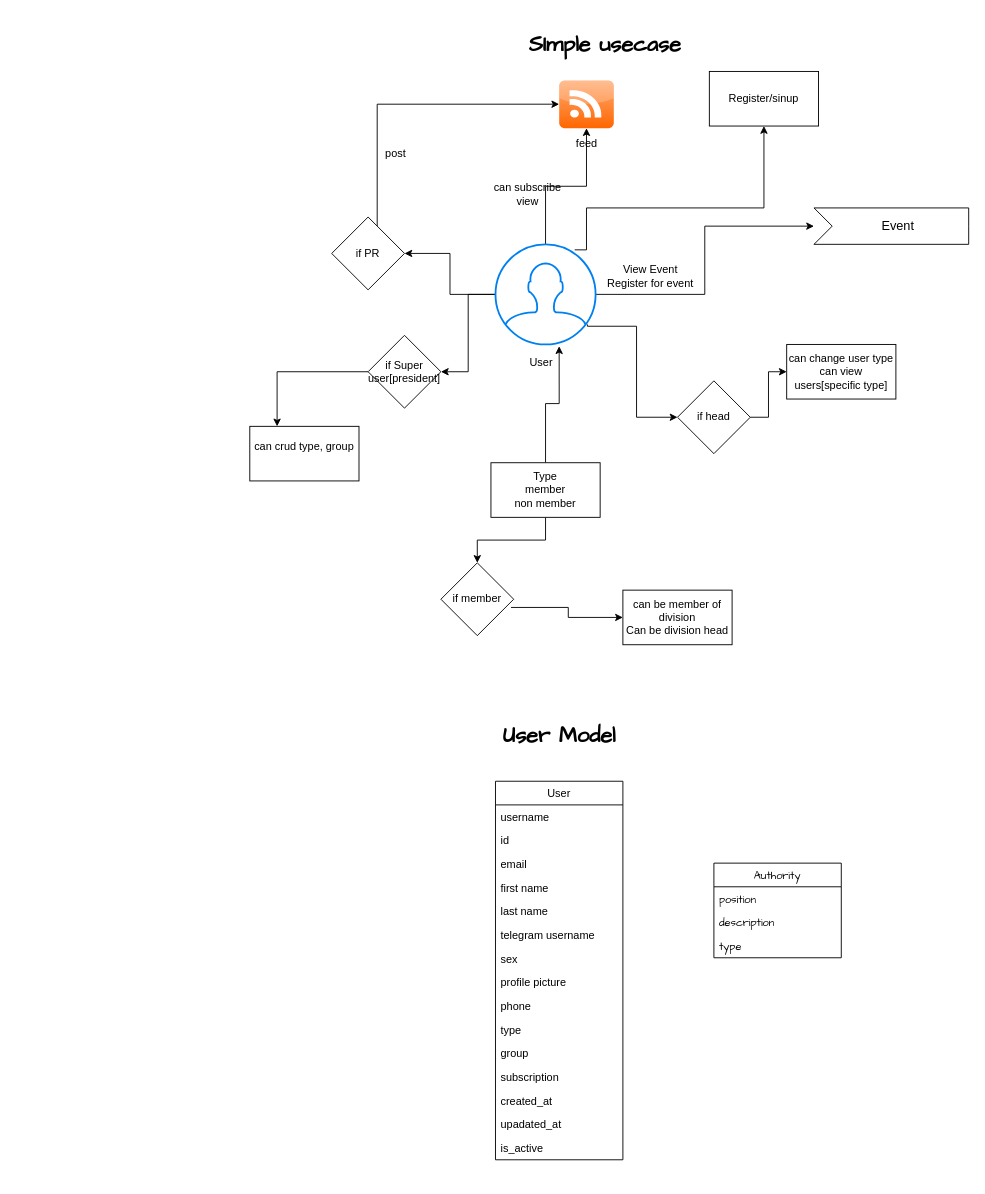
The draw.io diagram csec-hub-simple-design.drawio in CSEC-ASTU/dev_hackathon_bro_code, before the edit. Source tidied: cells renumbered, new cells numbered last; positions are measured from the earlier drawing's top-left corner, leaving out a move shared by most shapes. Both pictures are drawn from the tidied source at 91%, with x=0, y=0 at pixel (249, 21).
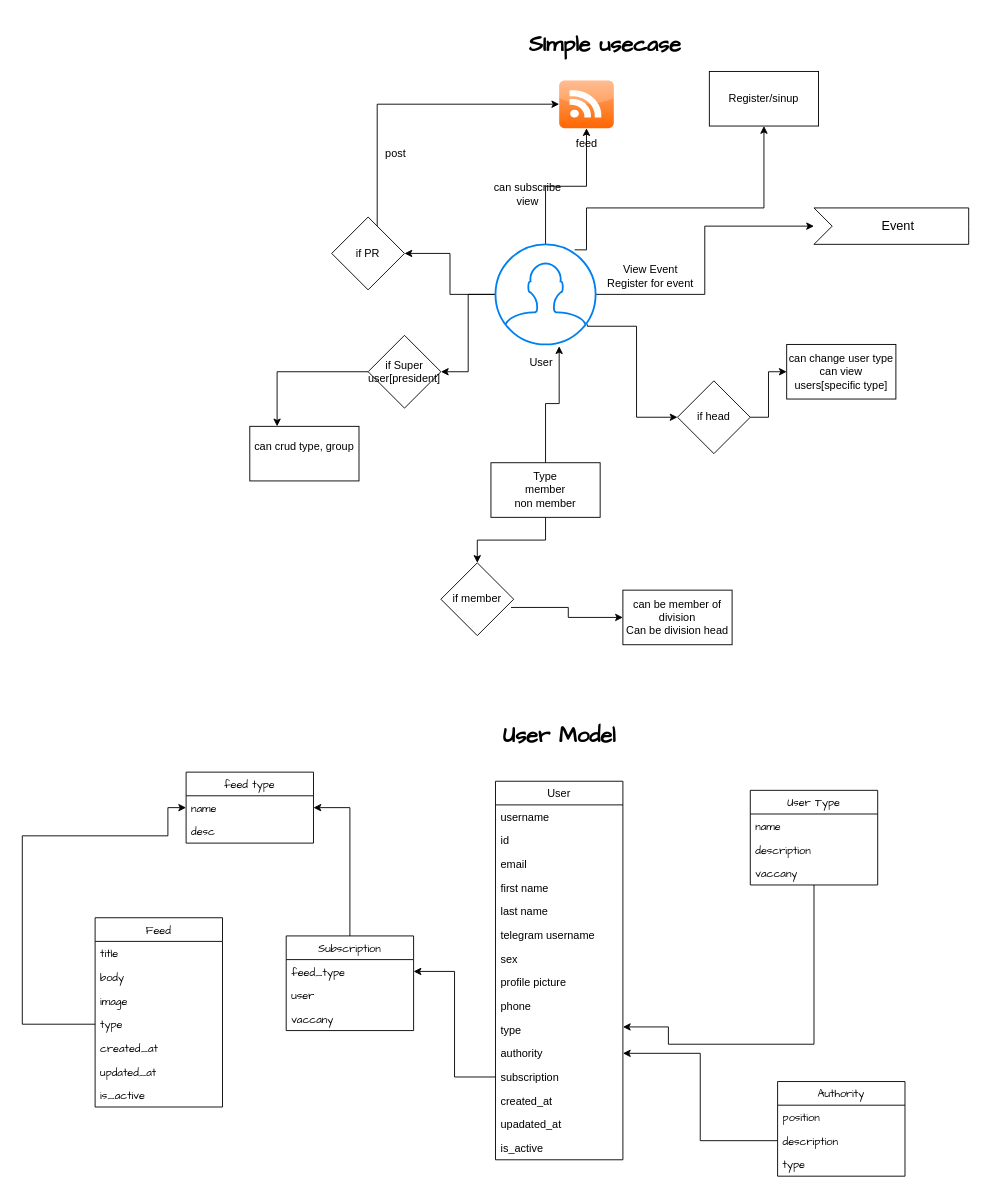
Above is the later version.

The change refers to these unchanged cells:
```xml
<mxCell id="33" value="User" style="swimlane;fontStyle=0;horizontal=1;startSize=26;fillColor=none;" parent="1" vertex="1">
  <mxGeometry x="270" y="835" width="140" height="416" as="geometry" />
</mxCell>
<mxCell id="45" value="subscription " style="text;strokeColor=none;fillColor=none;align=left;verticalAlign=top;spacingLeft=4;spacingRight=4;overflow=hidden;points=[[0,0.5],[1,0.5]];portConstraint=eastwest;" parent="33" vertex="1">
  <mxGeometry y="312" width="140" height="26" as="geometry" />
</mxCell>
<mxCell id="51" value="description" style="text;strokeColor=none;fillColor=none;align=left;verticalAlign=top;spacingLeft=4;spacingRight=4;overflow=hidden;points=[[0,0.5],[1,0.5]];portConstraint=eastwest;fontFamily=Comic Sans MS;" parent="49" vertex="1">
  <mxGeometry y="52" width="140" height="26" as="geometry" />
</mxCell>
```

Diff of the diagram source:
```diff
@@
-    <mxCell id="44" value="group" style="text;strokeColor=none;fillColor=none;align=left;verticalAlign=top;spacingLeft=4;spacingRight=4;overflow=hidden;points=[[0,0.5],[1,0.5]];portConstraint=eastwest;" parent="33" vertex="1">
+    <mxCell id="44" value="authority" style="text;strokeColor=none;fillColor=none;align=left;verticalAlign=top;spacingLeft=4;spacingRight=4;overflow=hidden;points=[[0,0.5],[1,0.5]];portConstraint=eastwest;" parent="33" vertex="1">
       <mxGeometry y="286" width="140" height="26" as="geometry" />
     </mxCell>
@@
     <mxCell id="49" value="Authority" style="swimlane;fontStyle=0;horizontal=1;startSize=26;fillColor=none;fontFamily=Comic Sans MS;" parent="1" vertex="1">
-      <mxGeometry x="510" y="925" width="140" height="104" as="geometry" />
+      <mxGeometry x="580" y="1165" width="140" height="104" as="geometry" />
     </mxCell>
@@
+    <mxCell id="53" value="User Type" style="swimlane;fontStyle=0;horizontal=1;startSize=26;fillColor=none;fontFamily=Comic Sans MS;" parent="1" vertex="1">
+      <mxGeometry x="550" y="845" width="140" height="104" as="geometry" />
+    </mxCell>
+    <mxCell id="54" value="name" style="text;strokeColor=none;fillColor=none;align=left;verticalAlign=top;spacingLeft=4;spacingRight=4;overflow=hidden;fontFamily=Comic Sans MS;" parent="53" vertex="1">
+      <mxGeometry y="26" width="140" height="26" as="geometry" />
+    </mxCell>
+    <mxCell id="55" value="description" style="text;strokeColor=none;fillColor=none;align=left;verticalAlign=top;spacingLeft=4;spacingRight=4;overflow=hidden;fontFamily=Comic Sans MS;" parent="53" vertex="1">
+      <mxGeometry y="52" width="140" height="26" as="geometry" />
+    </mxCell>
+    <mxCell id="56" value="vaccany" style="text;strokeColor=none;fillColor=none;align=left;verticalAlign=top;spacingLeft=4;spacingRight=4;overflow=hidden;fontFamily=Comic Sans MS;" parent="53" vertex="1">
+      <mxGeometry y="78" width="140" height="26" as="geometry" />
+    </mxCell>
+    <mxCell id="57" style="edgeStyle=orthogonalEdgeStyle;rounded=0;jettySize=auto;html=1;fontFamily=Comic Sans MS;exitX=0.5;exitY=1;exitDx=0;exitDy=0;" parent="1" edge="1" source="53">
+      <mxGeometry relative="1" as="geometry">
+        <mxPoint x="410" y="1105" as="targetPoint" />
+        <Array as="points">
+          <mxPoint x="620" y="1124" />
+          <mxPoint x="460" y="1124" />
+          <mxPoint x="460" y="1105" />
+        </Array>
+      </mxGeometry>
+    </mxCell>
+    <mxCell id="58" style="edgeStyle=orthogonalEdgeStyle;rounded=0;jettySize=auto;html=1;entryX=1;entryY=0.5;entryDx=0;entryDy=0;fontFamily=Comic Sans MS;" parent="1" edge="1" source="51" target="44">
+      <mxGeometry relative="1" as="geometry" />
+    </mxCell>
+    <mxCell id="59" style="edgeStyle=orthogonalEdgeStyle;rounded=0;jettySize=auto;html=1;entryX=1;entryY=0.5;entryDx=0;entryDy=0;fontFamily=Comic Sans MS;" parent="1" edge="1" source="60" target="73">
+      <mxGeometry relative="1" as="geometry" />
+    </mxCell>
+    <mxCell id="60" value="Subscription" style="swimlane;fontStyle=0;horizontal=1;startSize=26;fillColor=none;fontFamily=Comic Sans MS;" parent="1" vertex="1">
+      <mxGeometry x="40" y="1005" width="140" height="104" as="geometry" />
+    </mxCell>
+    <mxCell id="61" value="feed_type" style="text;strokeColor=none;fillColor=none;align=left;verticalAlign=top;spacingLeft=4;spacingRight=4;overflow=hidden;points=[[0,0.5],[1,0.5]];portConstraint=eastwest;fontFamily=Comic Sans MS;" parent="60" vertex="1">
+      <mxGeometry y="26" width="140" height="26" as="geometry" />
+    </mxCell>
+    <mxCell id="62" value="user" style="text;strokeColor=none;fillColor=none;align=left;verticalAlign=top;spacingLeft=4;spacingRight=4;overflow=hidden;fontFamily=Comic Sans MS;" parent="60" vertex="1">
+      <mxGeometry y="52" width="140" height="26" as="geometry" />
+    </mxCell>
+    <mxCell id="63" value="vaccany" style="text;strokeColor=none;fillColor=none;align=left;verticalAlign=top;spacingLeft=4;spacingRight=4;overflow=hidden;fontFamily=Comic Sans MS;" parent="60" vertex="1">
+      <mxGeometry y="78" width="140" height="26" as="geometry" />
+    </mxCell>
+    <mxCell id="64" value="Feed" style="swimlane;fontStyle=0;horizontal=1;startSize=26;fillColor=none;fontFamily=Comic Sans MS;" parent="1" vertex="1">
+      <mxGeometry x="-170" y="985" width="140" height="208" as="geometry" />
+    </mxCell>
+    <mxCell id="65" value="title" style="text;strokeColor=none;fillColor=none;align=left;verticalAlign=top;spacingLeft=4;spacingRight=4;overflow=hidden;fontFamily=Comic Sans MS;" parent="64" vertex="1">
+      <mxGeometry y="26" width="140" height="26" as="geometry" />
+    </mxCell>
+    <mxCell id="66" value="body" style="text;strokeColor=none;fillColor=none;align=left;verticalAlign=top;spacingLeft=4;spacingRight=4;overflow=hidden;fontFamily=Comic Sans MS;" parent="64" vertex="1">
+      <mxGeometry y="52" width="140" height="26" as="geometry" />
+    </mxCell>
+    <mxCell id="67" value="image" style="text;strokeColor=none;fillColor=none;align=left;verticalAlign=top;spacingLeft=4;spacingRight=4;overflow=hidden;fontFamily=Comic Sans MS;" parent="64" vertex="1">
+      <mxGeometry y="78" width="140" height="26" as="geometry" />
+    </mxCell>
+    <mxCell id="68" value="type" style="text;strokeColor=none;fillColor=none;align=left;verticalAlign=top;spacingLeft=4;spacingRight=4;overflow=hidden;points=[[0,0.5],[1,0.5]];portConstraint=eastwest;fontFamily=Comic Sans MS;" parent="64" vertex="1">
+      <mxGeometry y="104" width="140" height="26" as="geometry" />
+    </mxCell>
+    <mxCell id="69" value="created_at" style="text;strokeColor=none;fillColor=none;align=left;verticalAlign=top;spacingLeft=4;spacingRight=4;overflow=hidden;fontFamily=Comic Sans MS;" parent="64" vertex="1">
+      <mxGeometry y="130" width="140" height="26" as="geometry" />
+    </mxCell>
+    <mxCell id="70" value="updated_at" style="text;strokeColor=none;fillColor=none;align=left;verticalAlign=top;spacingLeft=4;spacingRight=4;overflow=hidden;fontFamily=Comic Sans MS;" parent="64" vertex="1">
+      <mxGeometry y="156" width="140" height="26" as="geometry" />
+    </mxCell>
+    <mxCell id="71" value="is_active" style="text;strokeColor=none;fillColor=none;align=left;verticalAlign=top;spacingLeft=4;spacingRight=4;overflow=hidden;fontFamily=Comic Sans MS;" parent="64" vertex="1">
+      <mxGeometry y="182" width="140" height="26" as="geometry" />
+    </mxCell>
+    <mxCell id="72" value="feed type" style="swimlane;fontStyle=0;horizontal=1;startSize=26;fillColor=none;fontFamily=Comic Sans MS;" parent="1" vertex="1">
+      <mxGeometry x="-70" y="825" width="140" height="78" as="geometry" />
+    </mxCell>
+    <mxCell id="73" value="name" style="text;strokeColor=none;fillColor=none;align=left;verticalAlign=top;spacingLeft=4;spacingRight=4;overflow=hidden;points=[[0,0.5],[1,0.5]];portConstraint=eastwest;fontFamily=Comic Sans MS;" parent="72" vertex="1">
+      <mxGeometry y="26" width="140" height="26" as="geometry" />
+    </mxCell>
+    <mxCell id="74" value="desc" style="text;strokeColor=none;fillColor=none;align=left;verticalAlign=top;spacingLeft=4;spacingRight=4;overflow=hidden;fontFamily=Comic Sans MS;" parent="72" vertex="1">
+      <mxGeometry y="52" width="140" height="26" as="geometry" />
+    </mxCell>
+    <mxCell id="75" style="edgeStyle=orthogonalEdgeStyle;rounded=0;jettySize=auto;html=1;entryX=1;entryY=0.5;entryDx=0;entryDy=0;fontFamily=Comic Sans MS;" parent="1" edge="1" source="45" target="61">
+      <mxGeometry relative="1" as="geometry" />
+    </mxCell>
+    <mxCell id="76" style="edgeStyle=orthogonalEdgeStyle;rounded=0;jettySize=auto;html=1;entryX=0;entryY=0.5;entryDx=0;entryDy=0;fontFamily=Comic Sans MS;" parent="1" edge="1" source="68" target="73">
+      <mxGeometry relative="1" as="geometry">
+        <Array as="points">
+          <mxPoint x="-250" y="1102" />
+          <mxPoint x="-250" y="895" />
+          <mxPoint x="-90" y="895" />
+          <mxPoint x="-90" y="864" />
+        </Array>
+      </mxGeometry>
+    </mxCell>
```
